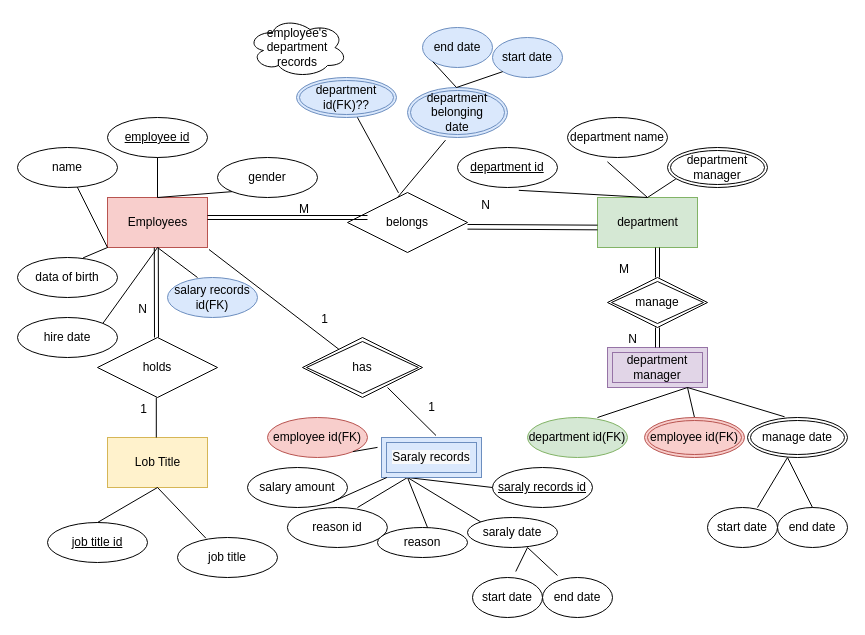
Earlier version of the draw.io diagram page "Page-2 additional info" (2 of 4) of Untitled Diagram.drawio (eminishimoto/db_ca1). Source tidied: cells renumbered, new cells numbered last; positions are measured from the earlier drawing's top-left corner, leaving out a move shared by most shapes. Both pictures are drawn from the tidied source at 100%, with x=0, y=0 at pixel (17, 17).
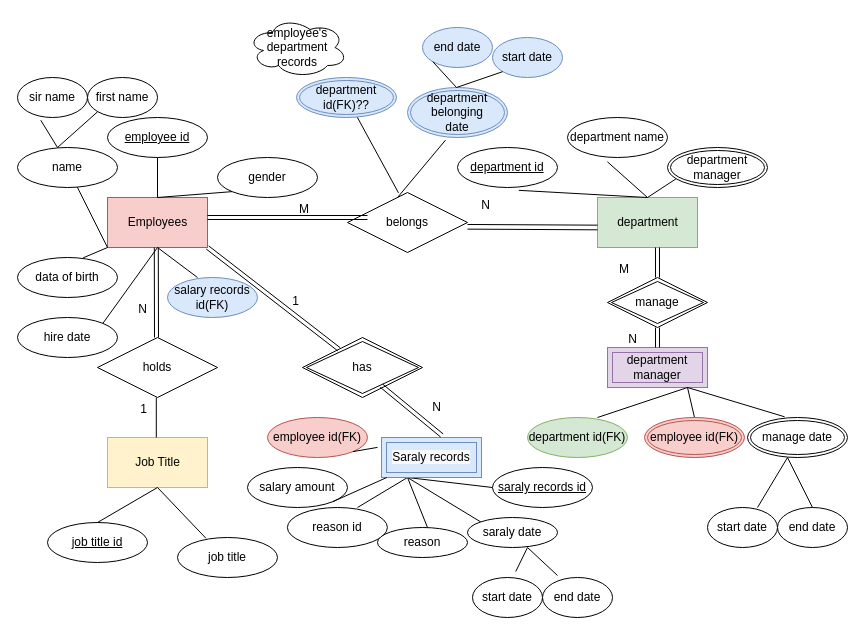
The same diagram, later.

Unchanged cells that the change refers to:
```xml
<mxCell id="73" value="&lt;span style=&quot;color: rgb(0, 0, 0); font-family: Helvetica; font-size: 12px; font-style: normal; font-variant-ligatures: normal; font-variant-caps: normal; font-weight: 400; letter-spacing: normal; orphans: 2; text-align: center; text-indent: 0px; text-transform: none; widows: 2; word-spacing: 0px; -webkit-text-stroke-width: 0px; background-color: rgb(248, 249, 250); text-decoration-thickness: initial; text-decoration-style: initial; text-decoration-color: initial; float: none; display: inline !important;&quot;&gt;Saraly records&lt;/span&gt;" style="shape=ext;margin=3;double=1;whiteSpace=wrap;html=1;align=center;fillColor=#dae8fc;strokeColor=#6c8ebf;" parent="1" vertex="1">
  <mxGeometry x="364" y="420" width="100" height="40" as="geometry" />
</mxCell>
<mxCell id="75" value="has" style="shape=rhombus;double=1;perimeter=rhombusPerimeter;whiteSpace=wrap;html=1;align=center;" parent="1" vertex="1">
  <mxGeometry x="285" y="320" width="120" height="60" as="geometry" />
</mxCell>
```

What changed in the source:
```diff
@@
-    <mxCell id="3" value="Lob Title" style="html=1;dashed=0;whitespace=wrap;fillColor=#fff2cc;strokeColor=#d6b656;" parent="1" vertex="1">
+    <mxCell id="3" value="Job Title" style="html=1;dashed=0;whitespace=wrap;fillColor=#fff2cc;strokeColor=#d6b656;" parent="1" vertex="1">
       <mxGeometry x="90" y="420" width="100" height="50" as="geometry" />
     </mxCell>
@@
-    <mxCell id="64" style="endArrow=none;html=1;rounded=0;exitX=0.708;exitY=0.833;exitDx=0;exitDy=0;exitPerimeter=0;entryX=0.585;entryY=-0.047;entryDx=0;entryDy=0;entryPerimeter=0;" parent="1" edge="1">
-      <mxGeometry relative="1" as="geometry">
-        <mxPoint x="370" y="370" as="sourcePoint" />
-        <mxPoint x="418.5" y="418" as="targetPoint" />
-      </mxGeometry>
-    </mxCell>
-    <mxCell id="65" value="1" style="html=1;align=right;verticalAlign=bottom;" parent="64" vertex="1">
-      <mxGeometry x="1" relative="1" as="geometry">
-        <mxPoint y="-20" as="offset" />
-      </mxGeometry>
-    </mxCell>
-    <mxCell id="66" style="endArrow=none;html=1;rounded=0;exitX=0.708;exitY=0.833;exitDx=0;exitDy=0;exitPerimeter=0;" parent="1" edge="1">
-      <mxGeometry relative="1" as="geometry">
-        <mxPoint x="191.5" y="232" as="sourcePoint" />
-        <mxPoint x="321.4" y="331.8" as="targetPoint" />
-      </mxGeometry>
-    </mxCell>
-    <mxCell id="67" value="1" style="html=1;align=right;verticalAlign=bottom;" parent="66" vertex="1">
-      <mxGeometry x="1" relative="1" as="geometry">
-        <mxPoint x="-11" y="-22" as="offset" />
-      </mxGeometry>
-    </mxCell>
@@
+    <mxCell id="76" value="sir name" style="ellipse;whiteSpace=wrap;html=1;align=center;" parent="1" vertex="1">
+      <mxGeometry y="60" width="70" height="40" as="geometry" />
+    </mxCell>
+    <mxCell id="77" value="first name" style="ellipse;whiteSpace=wrap;html=1;align=center;" parent="1" vertex="1">
+      <mxGeometry x="70" y="60" width="70" height="40" as="geometry" />
+    </mxCell>
+    <mxCell id="78" style="endArrow=none;html=1;rounded=0;entryX=0.332;entryY=1.068;entryDx=0;entryDy=0;entryPerimeter=0;exitX=0;exitY=1;exitDx=0;exitDy=0;" parent="1" edge="1" source="77" target="76">
+      <mxGeometry relative="1" as="geometry">
+        <Array as="points">
+          <mxPoint x="40" y="130" />
+        </Array>
+      </mxGeometry>
+    </mxCell>
+    <mxCell id="79" style="shape=link;html=1;rounded=0;" parent="1" edge="1" target="75">
+      <mxGeometry relative="1" as="geometry">
+        <mxPoint x="190" y="230" as="sourcePoint" />
+      </mxGeometry>
+    </mxCell>
+    <mxCell id="80" style="shape=link;html=1;rounded=0;entryX=0.604;entryY=-0.05;entryDx=0;entryDy=0;entryPerimeter=0;" parent="1" edge="1" target="73">
+      <mxGeometry relative="1" as="geometry">
+        <mxPoint x="364" y="368.2" as="sourcePoint" />
+      </mxGeometry>
+    </mxCell>
+    <mxCell id="81" value="N" style="html=1;align=right;verticalAlign=bottom;" parent="80" vertex="1">
+      <mxGeometry x="1" relative="1" as="geometry">
+        <mxPoint y="-20" as="offset" />
+      </mxGeometry>
+    </mxCell>
+    <mxCell id="82" value="1" style="html=1;align=right;verticalAlign=bottom;" parent="1" vertex="1">
+      <mxGeometry x="279" y="270" as="geometry">
+        <mxPoint x="3" y="22" as="offset" />
+      </mxGeometry>
+    </mxCell>
```
